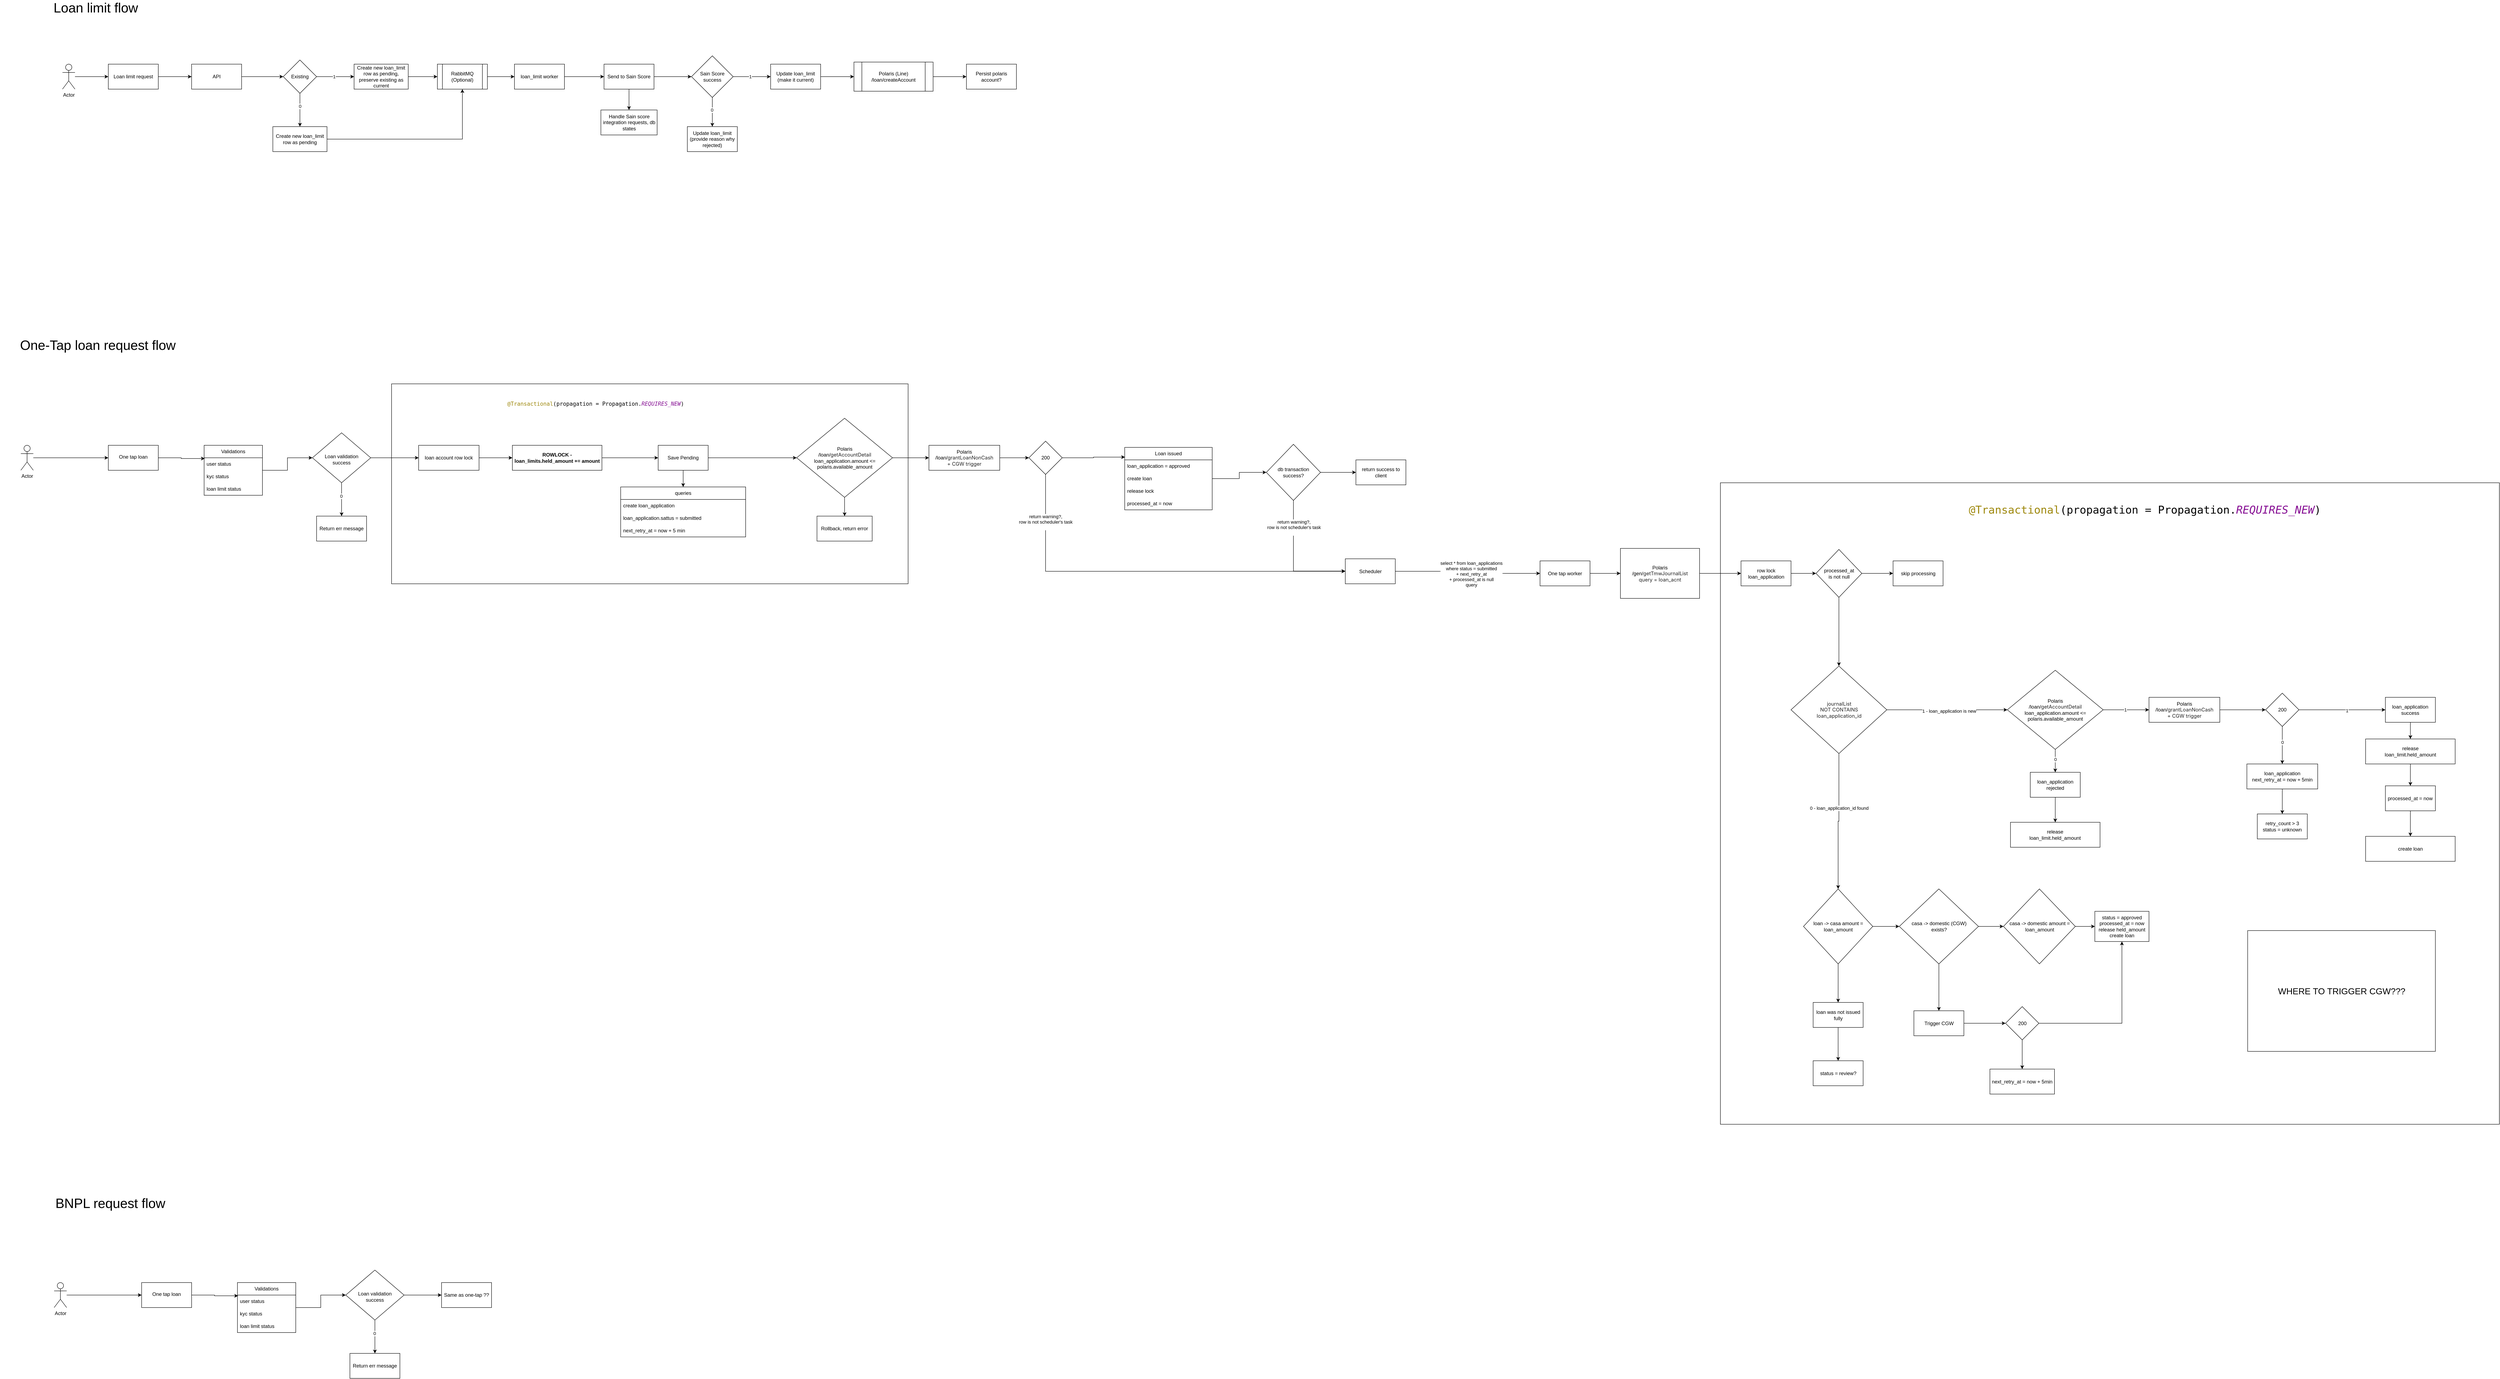
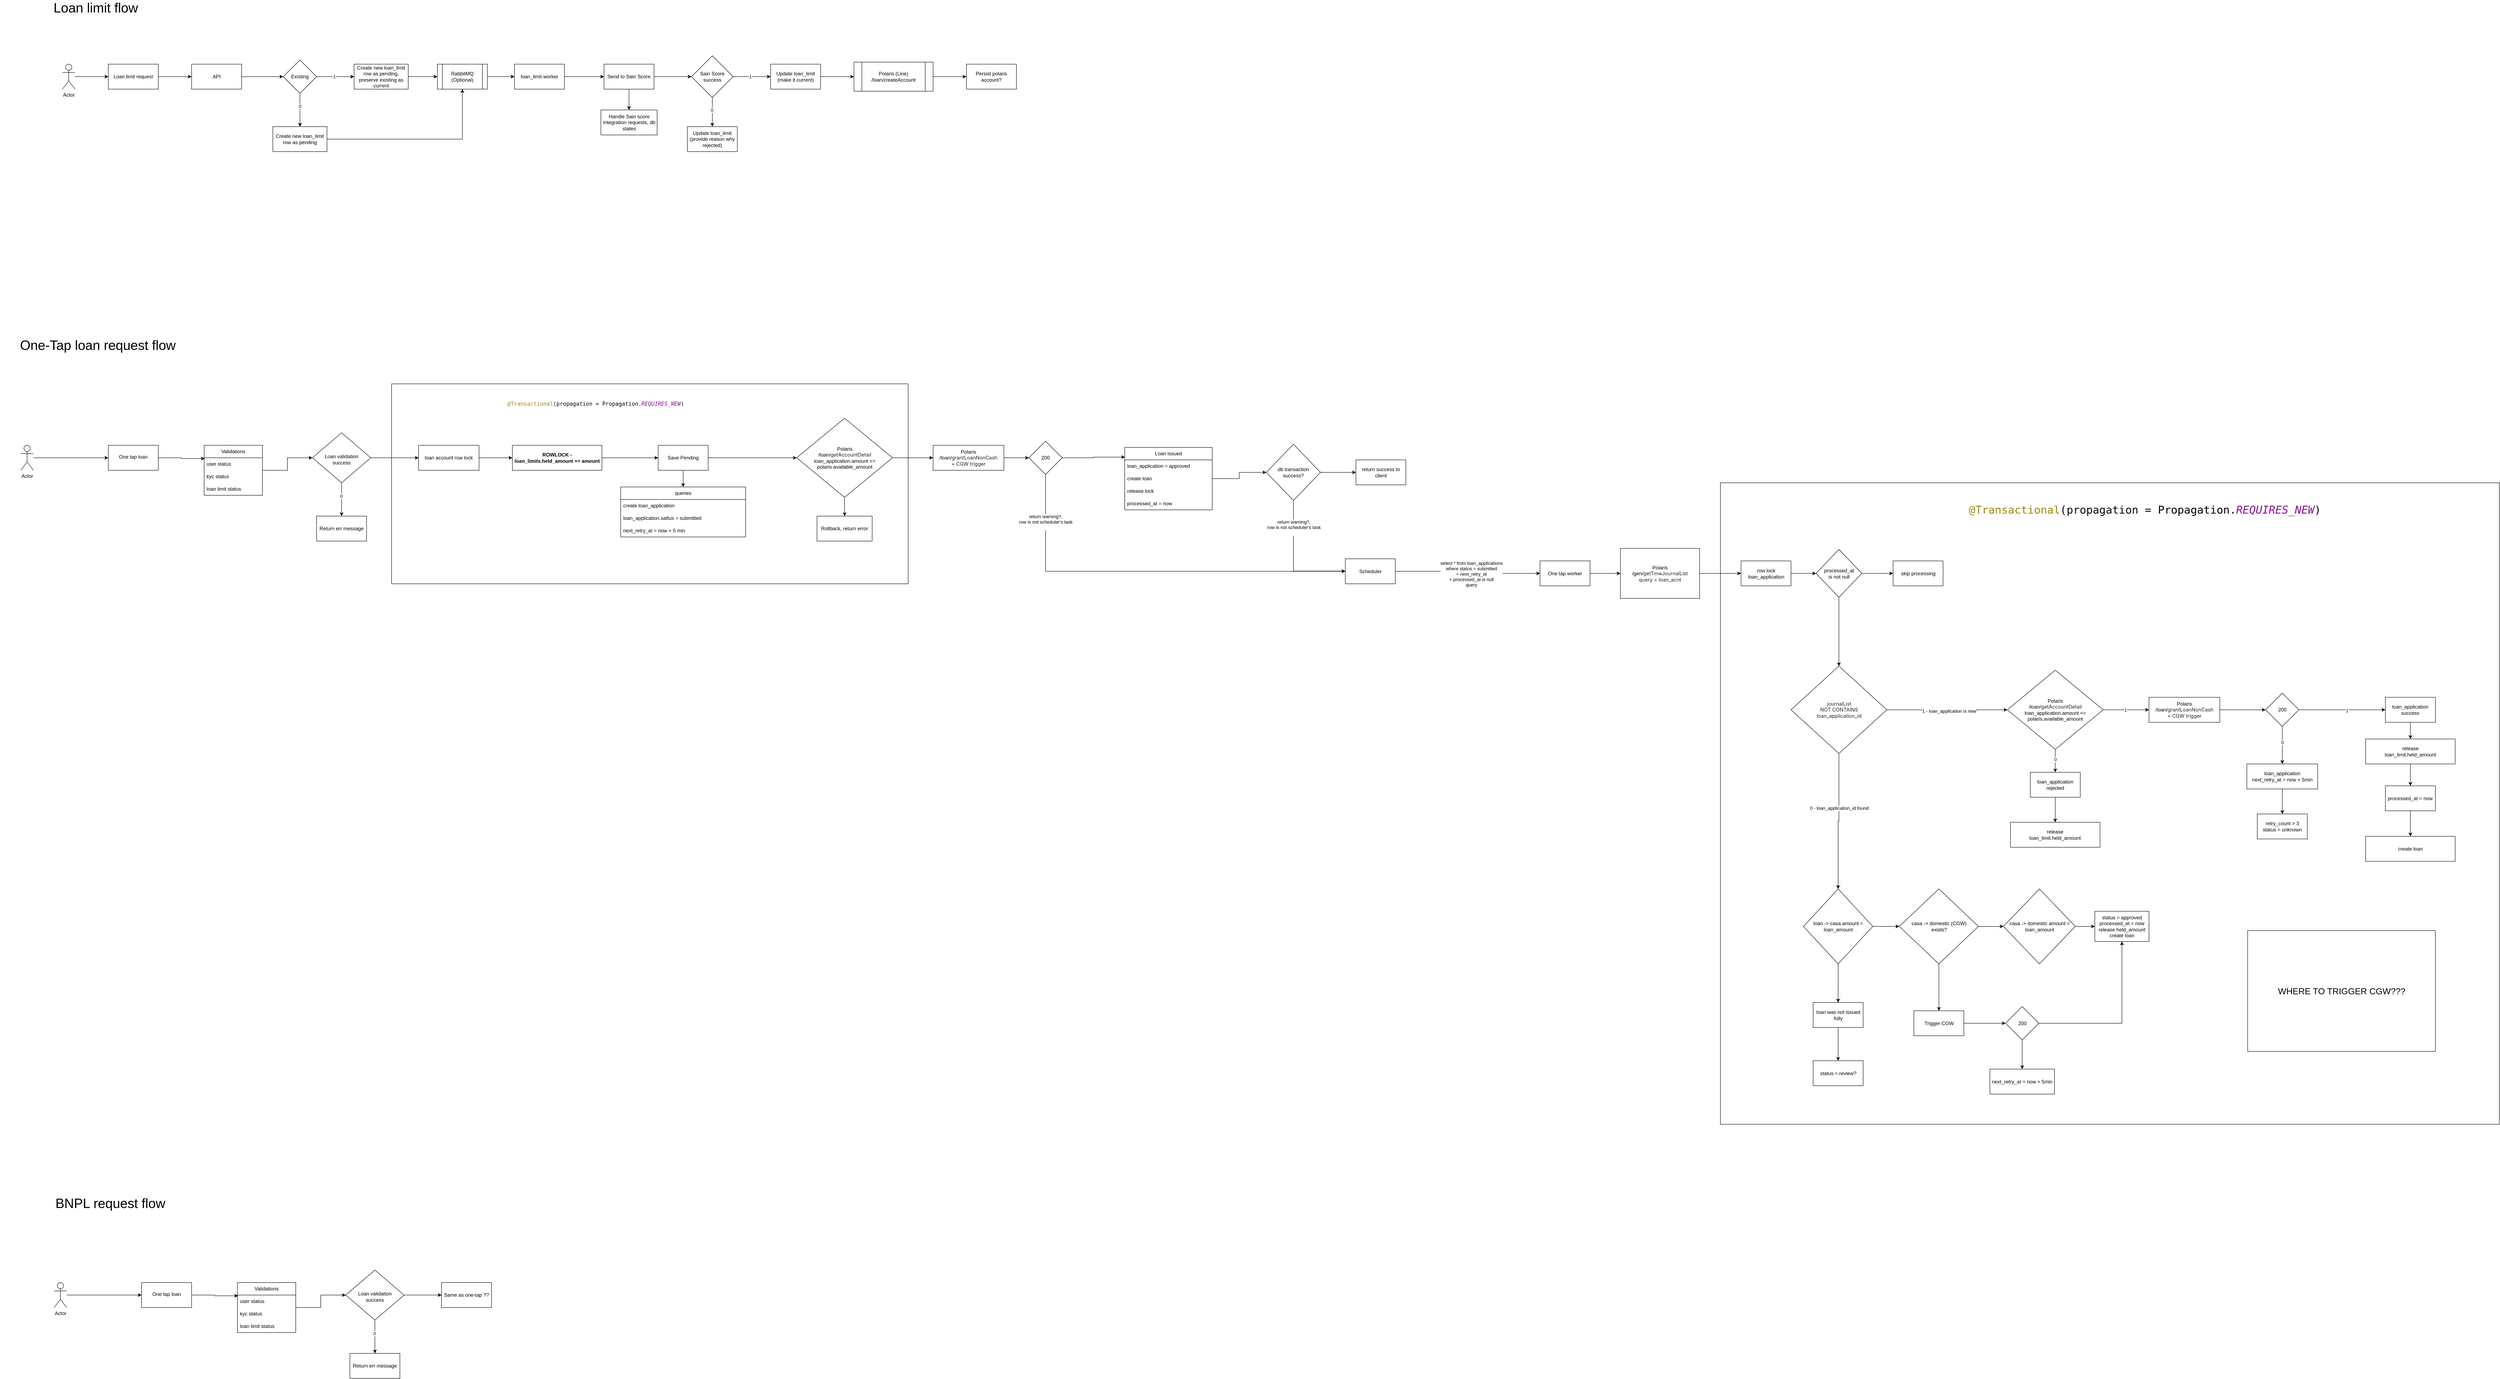
<mxfile host="app.diagrams.net">
  <diagram name="Page-1" id="VCBSuIh8bz7kurrQ0Zaz">
    <mxGraphModel dx="2425" dy="921" grid="1" gridSize="10" guides="1" tooltips="1" connect="1" arrows="1" fold="1" page="1" pageScale="1" pageWidth="850" pageHeight="1100" math="0" shadow="0">
      <root>
        <mxCell id="0" />
        <mxCell id="1" parent="0" />
        <mxCell id="In8fDh9ZLN2M87an2Miy-188" parent="1" style="rounded=0;whiteSpace=wrap;html=1;" value="" vertex="1">
          <mxGeometry height="1540" width="1870" x="4020" y="1215" as="geometry" />
        </mxCell>
        <mxCell id="In8fDh9ZLN2M87an2Miy-172" parent="1" style="rounded=0;whiteSpace=wrap;html=1;" value="" vertex="1">
          <mxGeometry height="480" width="1240" x="830" y="977.5" as="geometry" />
        </mxCell>
        <mxCell id="KqixbsF9o6dLofBvsG9t-5" edge="1" parent="1" source="KqixbsF9o6dLofBvsG9t-1" style="edgeStyle=orthogonalEdgeStyle;rounded=0;orthogonalLoop=1;jettySize=auto;html=1;" target="KqixbsF9o6dLofBvsG9t-4" value="">
          <mxGeometry relative="1" as="geometry" />
        </mxCell>
        <mxCell id="KqixbsF9o6dLofBvsG9t-1" parent="1" style="rounded=0;whiteSpace=wrap;html=1;" value="Loan limit request" vertex="1">
          <mxGeometry height="60" width="120" x="150" y="210" as="geometry" />
        </mxCell>
        <mxCell id="KqixbsF9o6dLofBvsG9t-3" edge="1" parent="1" source="KqixbsF9o6dLofBvsG9t-2" style="edgeStyle=orthogonalEdgeStyle;rounded=0;orthogonalLoop=1;jettySize=auto;html=1;" target="KqixbsF9o6dLofBvsG9t-1" value="">
          <mxGeometry relative="1" as="geometry" />
        </mxCell>
        <mxCell id="KqixbsF9o6dLofBvsG9t-2" parent="1" style="shape=umlActor;verticalLabelPosition=bottom;verticalAlign=top;html=1;outlineConnect=0;" value="Actor" vertex="1">
          <mxGeometry height="60" width="30" x="40" y="210" as="geometry" />
        </mxCell>
        <mxCell id="KqixbsF9o6dLofBvsG9t-9" edge="1" parent="1" source="KqixbsF9o6dLofBvsG9t-4" style="edgeStyle=orthogonalEdgeStyle;rounded=0;orthogonalLoop=1;jettySize=auto;html=1;" target="KqixbsF9o6dLofBvsG9t-8" value="">
          <mxGeometry relative="1" as="geometry" />
        </mxCell>
        <mxCell id="KqixbsF9o6dLofBvsG9t-4" parent="1" style="rounded=0;whiteSpace=wrap;html=1;" value="API" vertex="1">
          <mxGeometry height="60" width="120" x="350" y="210" as="geometry" />
        </mxCell>
        <mxCell id="KqixbsF9o6dLofBvsG9t-11" edge="1" parent="1" source="KqixbsF9o6dLofBvsG9t-8" style="edgeStyle=orthogonalEdgeStyle;rounded=0;orthogonalLoop=1;jettySize=auto;html=1;" target="KqixbsF9o6dLofBvsG9t-10" value="">
          <mxGeometry relative="1" as="geometry" />
        </mxCell>
        <mxCell id="KqixbsF9o6dLofBvsG9t-12" connectable="0" parent="KqixbsF9o6dLofBvsG9t-11" style="edgeLabel;html=1;align=center;verticalAlign=middle;resizable=0;points=[];" value="1" vertex="1">
          <mxGeometry relative="1" x="-0.079" as="geometry">
            <mxPoint as="offset" />
          </mxGeometry>
        </mxCell>
        <mxCell id="KqixbsF9o6dLofBvsG9t-14" edge="1" parent="1" source="KqixbsF9o6dLofBvsG9t-8" style="edgeStyle=orthogonalEdgeStyle;rounded=0;orthogonalLoop=1;jettySize=auto;html=1;" target="KqixbsF9o6dLofBvsG9t-13" value="">
          <mxGeometry relative="1" as="geometry" />
        </mxCell>
        <mxCell id="KqixbsF9o6dLofBvsG9t-15" connectable="0" parent="KqixbsF9o6dLofBvsG9t-14" style="edgeLabel;html=1;align=center;verticalAlign=middle;resizable=0;points=[];" value="0" vertex="1">
          <mxGeometry relative="1" x="-0.2407" as="geometry">
            <mxPoint as="offset" />
          </mxGeometry>
        </mxCell>
        <mxCell id="KqixbsF9o6dLofBvsG9t-8" parent="1" style="rhombus;whiteSpace=wrap;html=1;rounded=0;" value="Existing" vertex="1">
          <mxGeometry height="80" width="80" x="570" y="200" as="geometry" />
        </mxCell>
        <mxCell id="KqixbsF9o6dLofBvsG9t-23" edge="1" parent="1" source="KqixbsF9o6dLofBvsG9t-10" style="edgeStyle=orthogonalEdgeStyle;rounded=0;orthogonalLoop=1;jettySize=auto;html=1;" target="KqixbsF9o6dLofBvsG9t-22" value="">
          <mxGeometry relative="1" as="geometry" />
        </mxCell>
        <mxCell id="KqixbsF9o6dLofBvsG9t-10" parent="1" style="whiteSpace=wrap;html=1;rounded=0;" value="Create new loan_limit row as pending, preserve existing as current" vertex="1">
          <mxGeometry height="60" width="130" x="740" y="210" as="geometry" />
        </mxCell>
        <mxCell id="KqixbsF9o6dLofBvsG9t-26" edge="1" parent="1" source="KqixbsF9o6dLofBvsG9t-13" style="edgeStyle=orthogonalEdgeStyle;rounded=0;orthogonalLoop=1;jettySize=auto;html=1;entryX=0.5;entryY=1;entryDx=0;entryDy=0;" target="KqixbsF9o6dLofBvsG9t-22">
          <mxGeometry relative="1" as="geometry" />
        </mxCell>
        <mxCell id="KqixbsF9o6dLofBvsG9t-13" parent="1" style="whiteSpace=wrap;html=1;rounded=0;" value="Create new loan_limit row as pending" vertex="1">
          <mxGeometry height="60" width="130" x="545" y="360" as="geometry" />
        </mxCell>
        <mxCell id="KqixbsF9o6dLofBvsG9t-25" edge="1" parent="1" source="KqixbsF9o6dLofBvsG9t-22" style="edgeStyle=orthogonalEdgeStyle;rounded=0;orthogonalLoop=1;jettySize=auto;html=1;" target="KqixbsF9o6dLofBvsG9t-24" value="">
          <mxGeometry relative="1" as="geometry" />
        </mxCell>
        <mxCell id="KqixbsF9o6dLofBvsG9t-22" parent="1" style="shape=process;whiteSpace=wrap;html=1;backgroundOutline=1;rounded=0;" value="RabbitMQ (Optional)" vertex="1">
          <mxGeometry height="60" width="120" x="940" y="210" as="geometry" />
        </mxCell>
        <mxCell id="KqixbsF9o6dLofBvsG9t-28" edge="1" parent="1" source="KqixbsF9o6dLofBvsG9t-24" style="edgeStyle=orthogonalEdgeStyle;rounded=0;orthogonalLoop=1;jettySize=auto;html=1;" target="KqixbsF9o6dLofBvsG9t-27" value="">
          <mxGeometry relative="1" as="geometry" />
        </mxCell>
        <mxCell id="KqixbsF9o6dLofBvsG9t-24" parent="1" style="whiteSpace=wrap;html=1;rounded=0;" value="loan_limit worker" vertex="1">
          <mxGeometry height="60" width="120" x="1125" y="210" as="geometry" />
        </mxCell>
        <mxCell id="KqixbsF9o6dLofBvsG9t-30" edge="1" parent="1" source="KqixbsF9o6dLofBvsG9t-27" style="edgeStyle=orthogonalEdgeStyle;rounded=0;orthogonalLoop=1;jettySize=auto;html=1;" target="KqixbsF9o6dLofBvsG9t-29" value="">
          <mxGeometry relative="1" as="geometry" />
        </mxCell>
        <mxCell id="KqixbsF9o6dLofBvsG9t-38" edge="1" parent="1" source="KqixbsF9o6dLofBvsG9t-27" style="edgeStyle=orthogonalEdgeStyle;rounded=0;orthogonalLoop=1;jettySize=auto;html=1;" target="KqixbsF9o6dLofBvsG9t-37" value="">
          <mxGeometry relative="1" as="geometry" />
        </mxCell>
        <mxCell id="KqixbsF9o6dLofBvsG9t-27" parent="1" style="whiteSpace=wrap;html=1;rounded=0;" value="Send to Sain Score" vertex="1">
          <mxGeometry height="60" width="120" x="1340" y="210" as="geometry" />
        </mxCell>
        <mxCell id="KqixbsF9o6dLofBvsG9t-32" edge="1" parent="1" source="KqixbsF9o6dLofBvsG9t-29" style="edgeStyle=orthogonalEdgeStyle;rounded=0;orthogonalLoop=1;jettySize=auto;html=1;" target="KqixbsF9o6dLofBvsG9t-31" value="">
          <mxGeometry relative="1" as="geometry" />
        </mxCell>
        <mxCell id="KqixbsF9o6dLofBvsG9t-33" connectable="0" parent="KqixbsF9o6dLofBvsG9t-32" style="edgeLabel;html=1;align=center;verticalAlign=middle;resizable=0;points=[];" value="1" vertex="1">
          <mxGeometry relative="1" x="-0.1048" as="geometry">
            <mxPoint as="offset" />
          </mxGeometry>
        </mxCell>
        <mxCell id="KqixbsF9o6dLofBvsG9t-35" edge="1" parent="1" source="KqixbsF9o6dLofBvsG9t-29" style="edgeStyle=orthogonalEdgeStyle;rounded=0;orthogonalLoop=1;jettySize=auto;html=1;" target="KqixbsF9o6dLofBvsG9t-34" value="">
          <mxGeometry relative="1" as="geometry" />
        </mxCell>
        <mxCell id="KqixbsF9o6dLofBvsG9t-36" connectable="0" parent="KqixbsF9o6dLofBvsG9t-35" style="edgeLabel;html=1;align=center;verticalAlign=middle;resizable=0;points=[];" value="0" vertex="1">
          <mxGeometry relative="1" x="-0.1429" y="-1" as="geometry">
            <mxPoint as="offset" />
          </mxGeometry>
        </mxCell>
        <mxCell id="KqixbsF9o6dLofBvsG9t-29" parent="1" style="rhombus;whiteSpace=wrap;html=1;rounded=0;" value="Sain Score success" vertex="1">
          <mxGeometry height="100" width="100" x="1550" y="190" as="geometry" />
        </mxCell>
        <mxCell id="KqixbsF9o6dLofBvsG9t-66" edge="1" parent="1" source="KqixbsF9o6dLofBvsG9t-31" style="edgeStyle=orthogonalEdgeStyle;rounded=0;orthogonalLoop=1;jettySize=auto;html=1;" target="KqixbsF9o6dLofBvsG9t-65" value="">
          <mxGeometry relative="1" as="geometry" />
        </mxCell>
        <mxCell id="KqixbsF9o6dLofBvsG9t-31" parent="1" style="whiteSpace=wrap;html=1;rounded=0;" value="Update loan_limit (make it current)" vertex="1">
          <mxGeometry height="60" width="120" x="1740" y="210" as="geometry" />
        </mxCell>
        <mxCell id="KqixbsF9o6dLofBvsG9t-34" parent="1" style="whiteSpace=wrap;html=1;rounded=0;" value="Update loan_limit&lt;br&gt;(provide reason why rejected)" vertex="1">
          <mxGeometry height="60" width="120" x="1540" y="360" as="geometry" />
        </mxCell>
        <mxCell id="KqixbsF9o6dLofBvsG9t-37" parent="1" style="whiteSpace=wrap;html=1;rounded=0;" value="Handle Sain score integration requests, db states" vertex="1">
          <mxGeometry height="60" width="135" x="1332.5" y="320" as="geometry" />
        </mxCell>
        <mxCell id="KqixbsF9o6dLofBvsG9t-40" parent="1" style="text;html=1;whiteSpace=wrap;strokeColor=none;fillColor=none;align=center;verticalAlign=middle;rounded=0;fontSize=32;" value="Loan limit flow" vertex="1">
          <mxGeometry height="30" width="260" x="-10" y="60" as="geometry" />
        </mxCell>
        <mxCell id="KqixbsF9o6dLofBvsG9t-74" edge="1" parent="1" source="KqixbsF9o6dLofBvsG9t-65" style="edgeStyle=orthogonalEdgeStyle;rounded=0;orthogonalLoop=1;jettySize=auto;html=1;" target="KqixbsF9o6dLofBvsG9t-73" value="">
          <mxGeometry relative="1" as="geometry" />
        </mxCell>
        <mxCell id="KqixbsF9o6dLofBvsG9t-65" parent="1" style="shape=process;whiteSpace=wrap;html=1;backgroundOutline=1;rounded=0;" value="Polaris (Line)&lt;br&gt;/loan/createAccount" vertex="1">
          <mxGeometry height="70" width="190" x="1940" y="205" as="geometry" />
        </mxCell>
        <mxCell id="KqixbsF9o6dLofBvsG9t-73" parent="1" style="whiteSpace=wrap;html=1;rounded=0;" value="Persist polaris account?" vertex="1">
          <mxGeometry height="60" width="120" x="2210" y="210" as="geometry" />
        </mxCell>
        <mxCell id="U8Ajh8Gpa-m2DNKNFQys-1" parent="1" style="text;html=1;whiteSpace=wrap;strokeColor=none;fillColor=none;align=center;verticalAlign=middle;rounded=0;fontSize=32;" value="One-Tap loan request flow" vertex="1">
          <mxGeometry height="30" width="470" x="-110" y="870" as="geometry" />
        </mxCell>
        <mxCell id="In8fDh9ZLN2M87an2Miy-1" edge="1" parent="1" source="In8fDh9ZLN2M87an2Miy-2" style="edgeStyle=orthogonalEdgeStyle;rounded=0;orthogonalLoop=1;jettySize=auto;html=1;" target="In8fDh9ZLN2M87an2Miy-4" value="">
          <mxGeometry relative="1" as="geometry" />
        </mxCell>
        <mxCell id="In8fDh9ZLN2M87an2Miy-2" parent="1" style="shape=umlActor;verticalLabelPosition=bottom;verticalAlign=top;html=1;outlineConnect=0;" value="Actor" vertex="1">
          <mxGeometry height="60" width="30" x="-60" y="1125" as="geometry" />
        </mxCell>
        <mxCell id="In8fDh9ZLN2M87an2Miy-3" edge="1" parent="1" source="In8fDh9ZLN2M87an2Miy-4" style="edgeStyle=orthogonalEdgeStyle;rounded=0;orthogonalLoop=1;jettySize=auto;html=1;entryX=0.011;entryY=0.06;entryDx=0;entryDy=0;entryPerimeter=0;" target="In8fDh9ZLN2M87an2Miy-28" value="">
          <mxGeometry relative="1" as="geometry">
            <mxPoint x="360" y="1155" as="targetPoint" />
          </mxGeometry>
        </mxCell>
        <mxCell id="In8fDh9ZLN2M87an2Miy-4" parent="1" style="whiteSpace=wrap;html=1;verticalAlign=top;" value="&lt;div&gt;&lt;br&gt;&lt;/div&gt;&lt;div&gt;One tap loan&lt;/div&gt;" vertex="1">
          <mxGeometry height="60" width="120" x="150" y="1125" as="geometry" />
        </mxCell>
        <mxCell id="In8fDh9ZLN2M87an2Miy-7" edge="1" parent="1" source="In8fDh9ZLN2M87an2Miy-9" style="edgeStyle=orthogonalEdgeStyle;rounded=0;orthogonalLoop=1;jettySize=auto;html=1;" target="In8fDh9ZLN2M87an2Miy-13" value="">
          <mxGeometry relative="1" as="geometry" />
        </mxCell>
        <mxCell id="In8fDh9ZLN2M87an2Miy-8" connectable="0" parent="In8fDh9ZLN2M87an2Miy-7" style="edgeLabel;html=1;align=center;verticalAlign=middle;resizable=0;points=[];" value="0" vertex="1">
          <mxGeometry relative="1" x="-0.2091" y="-1" as="geometry">
            <mxPoint as="offset" />
          </mxGeometry>
        </mxCell>
        <mxCell id="In8fDh9ZLN2M87an2Miy-163" edge="1" parent="1" source="In8fDh9ZLN2M87an2Miy-9" style="edgeStyle=orthogonalEdgeStyle;rounded=0;orthogonalLoop=1;jettySize=auto;html=1;entryX=0;entryY=0.5;entryDx=0;entryDy=0;" target="In8fDh9ZLN2M87an2Miy-161">
          <mxGeometry relative="1" as="geometry" />
        </mxCell>
        <mxCell id="In8fDh9ZLN2M87an2Miy-9" parent="1" style="rhombus;whiteSpace=wrap;html=1;verticalAlign=top;" value="&lt;br&gt;&lt;br&gt;&lt;div&gt;&lt;br&gt;&lt;/div&gt;&lt;div&gt;Loan validation&lt;br&gt;success&lt;/div&gt;" vertex="1">
          <mxGeometry height="120" width="140" x="640" y="1095" as="geometry" />
        </mxCell>
        <mxCell id="In8fDh9ZLN2M87an2Miy-10" edge="1" parent="1" source="In8fDh9ZLN2M87an2Miy-12" style="edgeStyle=orthogonalEdgeStyle;rounded=0;orthogonalLoop=1;jettySize=auto;html=1;entryX=0.5;entryY=0;entryDx=0;entryDy=0;" target="In8fDh9ZLN2M87an2Miy-14">
          <mxGeometry relative="1" as="geometry" />
        </mxCell>
        <mxCell id="In8fDh9ZLN2M87an2Miy-54" edge="1" parent="1" source="In8fDh9ZLN2M87an2Miy-105" style="edgeStyle=orthogonalEdgeStyle;rounded=0;orthogonalLoop=1;jettySize=auto;html=1;exitX=1;exitY=0.5;exitDx=0;exitDy=0;" target="In8fDh9ZLN2M87an2Miy-53" value="">
          <mxGeometry relative="1" as="geometry">
            <mxPoint x="3329.5" y="1432.5" as="sourcePoint" />
          </mxGeometry>
        </mxCell>
        <mxCell id="In8fDh9ZLN2M87an2Miy-55" connectable="0" parent="In8fDh9ZLN2M87an2Miy-54" style="edgeLabel;html=1;align=center;verticalAlign=middle;resizable=0;points=[];" value="select * from loan_applications&lt;br&gt;where status = submitted&lt;br&gt;+ next_retry_at&lt;br&gt;+ processed_at is null&lt;br&gt;query" vertex="1">
          <mxGeometry relative="1" x="0.0637" y="-1" as="geometry">
            <mxPoint as="offset" />
          </mxGeometry>
        </mxCell>
        <mxCell id="In8fDh9ZLN2M87an2Miy-173" edge="1" parent="1" source="In8fDh9ZLN2M87an2Miy-12" style="edgeStyle=orthogonalEdgeStyle;rounded=0;orthogonalLoop=1;jettySize=auto;html=1;entryX=0;entryY=0.5;entryDx=0;entryDy=0;" target="In8fDh9ZLN2M87an2Miy-152">
          <mxGeometry relative="1" as="geometry" />
        </mxCell>
        <mxCell id="In8fDh9ZLN2M87an2Miy-12" parent="1" style="whiteSpace=wrap;html=1;verticalAlign=middle;" value="Save Pending" vertex="1">
          <mxGeometry height="60" width="120" x="1470" y="1125" as="geometry" />
        </mxCell>
        <mxCell id="In8fDh9ZLN2M87an2Miy-13" parent="1" style="whiteSpace=wrap;html=1;verticalAlign=middle;" value="Return err message" vertex="1">
          <mxGeometry height="60" width="120" x="650" y="1295" as="geometry" />
        </mxCell>
        <mxCell id="In8fDh9ZLN2M87an2Miy-14" parent="1" style="swimlane;fontStyle=0;childLayout=stackLayout;horizontal=1;startSize=30;horizontalStack=0;resizeParent=1;resizeParentMax=0;resizeLast=0;collapsible=1;marginBottom=0;whiteSpace=wrap;html=1;" value="queries" vertex="1">
          <mxGeometry height="120" width="300" x="1380" y="1225" as="geometry" />
        </mxCell>
        <mxCell id="In8fDh9ZLN2M87an2Miy-15" parent="In8fDh9ZLN2M87an2Miy-14" style="text;strokeColor=none;fillColor=none;align=left;verticalAlign=middle;spacingLeft=4;spacingRight=4;overflow=hidden;points=[[0,0.5],[1,0.5]];portConstraint=eastwest;rotatable=0;whiteSpace=wrap;html=1;" value="create loan_application" vertex="1">
          <mxGeometry height="30" width="300" y="30" as="geometry" />
        </mxCell>
        <mxCell id="In8fDh9ZLN2M87an2Miy-104" parent="In8fDh9ZLN2M87an2Miy-14" style="text;strokeColor=none;fillColor=none;align=left;verticalAlign=middle;spacingLeft=4;spacingRight=4;overflow=hidden;points=[[0,0.5],[1,0.5]];portConstraint=eastwest;rotatable=0;whiteSpace=wrap;html=1;" value="loan_application.sattus = submitted" vertex="1">
          <mxGeometry height="30" width="300" y="60" as="geometry" />
        </mxCell>
        <mxCell id="In8fDh9ZLN2M87an2Miy-17" parent="In8fDh9ZLN2M87an2Miy-14" style="text;strokeColor=none;fillColor=none;align=left;verticalAlign=middle;spacingLeft=4;spacingRight=4;overflow=hidden;points=[[0,0.5],[1,0.5]];portConstraint=eastwest;rotatable=0;whiteSpace=wrap;html=1;" value="next_retry_at = now + 5 min" vertex="1">
          <mxGeometry height="30" width="300" y="90" as="geometry" />
        </mxCell>
        <mxCell id="In8fDh9ZLN2M87an2Miy-32" edge="1" parent="1" source="In8fDh9ZLN2M87an2Miy-27" style="edgeStyle=orthogonalEdgeStyle;rounded=0;orthogonalLoop=1;jettySize=auto;html=1;entryX=0;entryY=0.5;entryDx=0;entryDy=0;" target="In8fDh9ZLN2M87an2Miy-9">
          <mxGeometry relative="1" as="geometry" />
        </mxCell>
        <mxCell id="In8fDh9ZLN2M87an2Miy-27" parent="1" style="swimlane;fontStyle=0;childLayout=stackLayout;horizontal=1;startSize=30;horizontalStack=0;resizeParent=1;resizeParentMax=0;resizeLast=0;collapsible=1;marginBottom=0;whiteSpace=wrap;html=1;" value="Validations" vertex="1">
          <mxGeometry height="120" width="140" x="380" y="1125" as="geometry" />
        </mxCell>
        <mxCell id="In8fDh9ZLN2M87an2Miy-28" parent="In8fDh9ZLN2M87an2Miy-27" style="text;strokeColor=none;fillColor=none;align=left;verticalAlign=middle;spacingLeft=4;spacingRight=4;overflow=hidden;points=[[0,0.5],[1,0.5]];portConstraint=eastwest;rotatable=0;whiteSpace=wrap;html=1;" value="user status" vertex="1">
          <mxGeometry height="30" width="140" y="30" as="geometry" />
        </mxCell>
        <mxCell id="In8fDh9ZLN2M87an2Miy-29" parent="In8fDh9ZLN2M87an2Miy-27" style="text;strokeColor=none;fillColor=none;align=left;verticalAlign=middle;spacingLeft=4;spacingRight=4;overflow=hidden;points=[[0,0.5],[1,0.5]];portConstraint=eastwest;rotatable=0;whiteSpace=wrap;html=1;" value="kyc status" vertex="1">
          <mxGeometry height="30" width="140" y="60" as="geometry" />
        </mxCell>
        <mxCell id="In8fDh9ZLN2M87an2Miy-33" parent="In8fDh9ZLN2M87an2Miy-27" style="text;strokeColor=none;fillColor=none;align=left;verticalAlign=middle;spacingLeft=4;spacingRight=4;overflow=hidden;points=[[0,0.5],[1,0.5]];portConstraint=eastwest;rotatable=0;whiteSpace=wrap;html=1;" value="loan limit status" vertex="1">
          <mxGeometry height="30" width="140" y="90" as="geometry" />
        </mxCell>
        <mxCell id="In8fDh9ZLN2M87an2Miy-116" edge="1" parent="1" source="In8fDh9ZLN2M87an2Miy-53" style="edgeStyle=orthogonalEdgeStyle;rounded=0;orthogonalLoop=1;jettySize=auto;html=1;entryX=0;entryY=0.5;entryDx=0;entryDy=0;" target="In8fDh9ZLN2M87an2Miy-68">
          <mxGeometry relative="1" as="geometry" />
        </mxCell>
        <mxCell id="In8fDh9ZLN2M87an2Miy-53" parent="1" style="whiteSpace=wrap;html=1;" value="One tap worker" vertex="1">
          <mxGeometry height="60" width="120" x="3587" y="1402.5" as="geometry" />
        </mxCell>
        <mxCell id="In8fDh9ZLN2M87an2Miy-67" edge="1" parent="1" source="In8fDh9ZLN2M87an2Miy-58" style="edgeStyle=orthogonalEdgeStyle;rounded=0;orthogonalLoop=1;jettySize=auto;html=1;entryX=0;entryY=0.5;entryDx=0;entryDy=0;" target="In8fDh9ZLN2M87an2Miy-66" value="">
          <mxGeometry relative="1" as="geometry">
            <mxPoint x="5343.87" y="1760" as="targetPoint" />
          </mxGeometry>
        </mxCell>
        <mxCell id="In8fDh9ZLN2M87an2Miy-58" parent="1" style="whiteSpace=wrap;html=1;" value="Polaris /loan/&lt;span style=&quot;color: rgb(33, 33, 33); font-family: Inter, system-ui, -apple-system, &amp;quot;system-ui&amp;quot;, &amp;quot;Segoe UI&amp;quot;, Roboto, Oxygen, Ubuntu, Cantarell, &amp;quot;Fira Sans&amp;quot;, &amp;quot;Droid Sans&amp;quot;, Helvetica, Arial, sans-serif; text-align: left; white-space: pre-wrap; background-color: rgb(255, 255, 255);&quot;&gt;grantLoanNonCash&lt;br/&gt;+ CGW trigger&lt;/span&gt;" vertex="1">
          <mxGeometry height="60" width="170" x="5048.87" y="1730" as="geometry" />
        </mxCell>
        <mxCell id="In8fDh9ZLN2M87an2Miy-62" edge="1" parent="1" source="In8fDh9ZLN2M87an2Miy-59" style="edgeStyle=orthogonalEdgeStyle;rounded=0;orthogonalLoop=1;jettySize=auto;html=1;" target="In8fDh9ZLN2M87an2Miy-61" value="">
          <mxGeometry relative="1" as="geometry" />
        </mxCell>
        <mxCell id="In8fDh9ZLN2M87an2Miy-91" connectable="0" parent="In8fDh9ZLN2M87an2Miy-62" style="edgeLabel;html=1;align=center;verticalAlign=middle;resizable=0;points=[];" value="0" vertex="1">
          <mxGeometry relative="1" x="-0.1431" as="geometry">
            <mxPoint as="offset" />
          </mxGeometry>
        </mxCell>
        <mxCell id="In8fDh9ZLN2M87an2Miy-65" edge="1" parent="1" source="In8fDh9ZLN2M87an2Miy-59" style="edgeStyle=orthogonalEdgeStyle;rounded=0;orthogonalLoop=1;jettySize=auto;html=1;" target="In8fDh9ZLN2M87an2Miy-58">
          <mxGeometry relative="1" as="geometry" />
        </mxCell>
        <mxCell id="In8fDh9ZLN2M87an2Miy-90" connectable="0" parent="In8fDh9ZLN2M87an2Miy-65" style="edgeLabel;html=1;align=center;verticalAlign=middle;resizable=0;points=[];" value="1" vertex="1">
          <mxGeometry relative="1" x="-0.0451" as="geometry">
            <mxPoint as="offset" />
          </mxGeometry>
        </mxCell>
        <mxCell id="In8fDh9ZLN2M87an2Miy-59" parent="1" style="rhombus;whiteSpace=wrap;html=1;" value="Polaris&lt;br&gt;/loan/&lt;span style=&quot;color: rgb(33, 33, 33); font-family: Inter, system-ui, -apple-system, &amp;quot;system-ui&amp;quot;, &amp;quot;Segoe UI&amp;quot;, Roboto, Oxygen, Ubuntu, Cantarell, &amp;quot;Fira Sans&amp;quot;, &amp;quot;Droid Sans&amp;quot;, Helvetica, Arial, sans-serif; text-align: left; white-space: pre-wrap; background-color: rgb(255, 255, 255);&quot;&gt;getAccountDetail&lt;/span&gt;&lt;br&gt;loan_application.amount &amp;lt;= polaris.available_amount" vertex="1">
          <mxGeometry height="190" width="230" x="4708.87" y="1665" as="geometry" />
        </mxCell>
        <mxCell id="In8fDh9ZLN2M87an2Miy-64" edge="1" parent="1" source="In8fDh9ZLN2M87an2Miy-61" style="edgeStyle=orthogonalEdgeStyle;rounded=0;orthogonalLoop=1;jettySize=auto;html=1;" target="In8fDh9ZLN2M87an2Miy-63" value="">
          <mxGeometry relative="1" as="geometry" />
        </mxCell>
        <mxCell id="In8fDh9ZLN2M87an2Miy-61" parent="1" style="whiteSpace=wrap;html=1;" value="loan_application&lt;br&gt;rejected" vertex="1">
          <mxGeometry height="60" width="120" x="4763.87" y="1910" as="geometry" />
        </mxCell>
        <mxCell id="In8fDh9ZLN2M87an2Miy-63" parent="1" style="whiteSpace=wrap;html=1;" value="release &lt;br&gt;loan_limit.held_amount" vertex="1">
          <mxGeometry height="60" width="215" x="4716.37" y="2030" as="geometry" />
        </mxCell>
        <mxCell id="In8fDh9ZLN2M87an2Miy-81" edge="1" parent="1" source="In8fDh9ZLN2M87an2Miy-66" style="edgeStyle=orthogonalEdgeStyle;rounded=0;orthogonalLoop=1;jettySize=auto;html=1;entryX=0;entryY=0.5;entryDx=0;entryDy=0;" target="In8fDh9ZLN2M87an2Miy-79">
          <mxGeometry relative="1" as="geometry" />
        </mxCell>
        <mxCell id="In8fDh9ZLN2M87an2Miy-92" connectable="0" parent="In8fDh9ZLN2M87an2Miy-81" style="edgeLabel;html=1;align=center;verticalAlign=middle;resizable=0;points=[];" value="1" vertex="1">
          <mxGeometry relative="1" x="0.1055" y="-2" as="geometry">
            <mxPoint as="offset" />
          </mxGeometry>
        </mxCell>
        <mxCell id="In8fDh9ZLN2M87an2Miy-83" edge="1" parent="1" source="In8fDh9ZLN2M87an2Miy-66" style="edgeStyle=orthogonalEdgeStyle;rounded=0;orthogonalLoop=1;jettySize=auto;html=1;" target="In8fDh9ZLN2M87an2Miy-82" value="">
          <mxGeometry relative="1" as="geometry" />
        </mxCell>
        <mxCell id="In8fDh9ZLN2M87an2Miy-93" connectable="0" parent="In8fDh9ZLN2M87an2Miy-83" style="edgeLabel;html=1;align=center;verticalAlign=middle;resizable=0;points=[];" value="0" vertex="1">
          <mxGeometry relative="1" x="-0.1623" as="geometry">
            <mxPoint as="offset" />
          </mxGeometry>
        </mxCell>
        <mxCell id="In8fDh9ZLN2M87an2Miy-66" parent="1" style="rhombus;whiteSpace=wrap;html=1;" value="200" vertex="1">
          <mxGeometry height="80" width="80" x="5328.87" y="1720" as="geometry" />
        </mxCell>
        <mxCell id="In8fDh9ZLN2M87an2Miy-119" edge="1" parent="1" source="In8fDh9ZLN2M87an2Miy-68" style="edgeStyle=orthogonalEdgeStyle;rounded=0;orthogonalLoop=1;jettySize=auto;html=1;" target="In8fDh9ZLN2M87an2Miy-118" value="">
          <mxGeometry relative="1" as="geometry" />
        </mxCell>
        <mxCell id="In8fDh9ZLN2M87an2Miy-68" parent="1" style="whiteSpace=wrap;html=1;" value="Polaris&lt;br&gt;/gen/&lt;span style=&quot;white-space: pre-wrap; color: rgb(33, 33, 33); font-family: Inter, system-ui, -apple-system, &amp;quot;system-ui&amp;quot;, &amp;quot;Segoe UI&amp;quot;, Roboto, Oxygen, Ubuntu, Cantarell, &amp;quot;Fira Sans&amp;quot;, &amp;quot;Droid Sans&amp;quot;, Helvetica, Arial, sans-serif; text-align: left; background-color: rgb(255, 255, 255);&quot;&gt;getTmwJournalList&lt;br&gt;query = loan_acnt&lt;/span&gt;" vertex="1">
          <mxGeometry height="120" width="190" x="3780" y="1372.5" as="geometry" />
        </mxCell>
        <mxCell id="In8fDh9ZLN2M87an2Miy-71" edge="1" parent="1" source="In8fDh9ZLN2M87an2Miy-69" style="edgeStyle=orthogonalEdgeStyle;rounded=0;orthogonalLoop=1;jettySize=auto;html=1;entryX=0;entryY=0.5;entryDx=0;entryDy=0;" target="In8fDh9ZLN2M87an2Miy-59">
          <mxGeometry relative="1" as="geometry" />
        </mxCell>
        <mxCell id="In8fDh9ZLN2M87an2Miy-77" connectable="0" parent="In8fDh9ZLN2M87an2Miy-71" style="edgeLabel;html=1;align=center;verticalAlign=middle;resizable=0;points=[];" value="1 - loan_application is new" vertex="1">
          <mxGeometry relative="1" x="0.0312" y="-3" as="geometry">
            <mxPoint as="offset" />
          </mxGeometry>
        </mxCell>
        <mxCell id="In8fDh9ZLN2M87an2Miy-73" edge="1" parent="1" source="In8fDh9ZLN2M87an2Miy-69" style="edgeStyle=orthogonalEdgeStyle;rounded=0;orthogonalLoop=1;jettySize=auto;html=1;entryX=0.5;entryY=0;entryDx=0;entryDy=0;" target="In8fDh9ZLN2M87an2Miy-111" value="">
          <mxGeometry relative="1" as="geometry">
            <mxPoint x="4303.87" y="1960" as="targetPoint" />
          </mxGeometry>
        </mxCell>
        <mxCell id="In8fDh9ZLN2M87an2Miy-74" connectable="0" parent="In8fDh9ZLN2M87an2Miy-73" style="edgeLabel;html=1;align=center;verticalAlign=middle;resizable=0;points=[];" value="0 - loan_application_id found" vertex="1">
          <mxGeometry relative="1" x="-0.1975" as="geometry">
            <mxPoint as="offset" />
          </mxGeometry>
        </mxCell>
        <mxCell id="In8fDh9ZLN2M87an2Miy-69" parent="1" style="rhombus;whiteSpace=wrap;html=1;verticalAlign=middle;" value="&lt;div style=&quot;text-align: center;&quot;&gt;&lt;span style=&quot;background-color: light-dark(rgb(255, 255, 255), rgb(18, 18, 18)); color: light-dark(rgb(33, 33, 33), rgb(209, 209, 209)); font-family: Inter, system-ui, -apple-system, &amp;quot;system-ui&amp;quot;, &amp;quot;Segoe UI&amp;quot;, Roboto, Oxygen, Ubuntu, Cantarell, &amp;quot;Fira Sans&amp;quot;, &amp;quot;Droid Sans&amp;quot;, Helvetica, Arial, sans-serif; text-align: left; white-space: pre-wrap;&quot;&gt;journalList&lt;br&gt;NOT CONTAINS&lt;/span&gt;&lt;/div&gt;&lt;span style=&quot;white-space: pre-wrap; color: rgb(33, 33, 33); font-family: Inter, system-ui, -apple-system, &amp;quot;system-ui&amp;quot;, &amp;quot;Segoe UI&amp;quot;, Roboto, Oxygen, Ubuntu, Cantarell, &amp;quot;Fira Sans&amp;quot;, &amp;quot;Droid Sans&amp;quot;, Helvetica, Arial, sans-serif; text-align: left; background-color: rgb(255, 255, 255);&quot;&gt;loan_application_id&lt;/span&gt;" vertex="1">
          <mxGeometry height="210" width="230" x="4189.5" y="1655" as="geometry" />
        </mxCell>
        <mxCell id="In8fDh9ZLN2M87an2Miy-78" edge="1" parent="1" source="In8fDh9ZLN2M87an2Miy-79" style="edgeStyle=orthogonalEdgeStyle;rounded=0;orthogonalLoop=1;jettySize=auto;html=1;" target="In8fDh9ZLN2M87an2Miy-80" value="">
          <mxGeometry relative="1" as="geometry" />
        </mxCell>
        <mxCell id="In8fDh9ZLN2M87an2Miy-79" parent="1" style="whiteSpace=wrap;html=1;" value="loan_application&lt;br&gt;success" vertex="1">
          <mxGeometry height="60" width="120" x="5616.37" y="1730" as="geometry" />
        </mxCell>
        <mxCell id="In8fDh9ZLN2M87an2Miy-132" edge="1" parent="1" source="In8fDh9ZLN2M87an2Miy-80" style="edgeStyle=orthogonalEdgeStyle;rounded=0;orthogonalLoop=1;jettySize=auto;html=1;" target="In8fDh9ZLN2M87an2Miy-131" value="">
          <mxGeometry relative="1" as="geometry" />
        </mxCell>
        <mxCell id="In8fDh9ZLN2M87an2Miy-80" parent="1" style="whiteSpace=wrap;html=1;" value="release &lt;br&gt;loan_limit.held_amount" vertex="1">
          <mxGeometry height="60" width="215" x="5568.87" y="1830" as="geometry" />
        </mxCell>
        <mxCell id="In8fDh9ZLN2M87an2Miy-95" edge="1" parent="1" source="In8fDh9ZLN2M87an2Miy-82" style="edgeStyle=orthogonalEdgeStyle;rounded=0;orthogonalLoop=1;jettySize=auto;html=1;" target="In8fDh9ZLN2M87an2Miy-94" value="">
          <mxGeometry relative="1" as="geometry" />
        </mxCell>
        <mxCell id="In8fDh9ZLN2M87an2Miy-82" parent="1" style="whiteSpace=wrap;html=1;" value="loan_application&lt;br&gt;next_retry_at = now + 5min" vertex="1">
          <mxGeometry height="60" width="170" x="5283.87" y="1890" as="geometry" />
        </mxCell>
        <mxCell id="In8fDh9ZLN2M87an2Miy-88" parent="1" style="whiteSpace=wrap;html=1;" value="create loan" vertex="1">
          <mxGeometry height="60" width="215" x="5568.87" y="2063.75" as="geometry" />
        </mxCell>
        <mxCell id="In8fDh9ZLN2M87an2Miy-94" parent="1" style="whiteSpace=wrap;html=1;" value="retry_count &amp;gt; 3&lt;br&gt;status = unknown" vertex="1">
          <mxGeometry height="60" width="120" x="5308.87" y="2010" as="geometry" />
        </mxCell>
        <mxCell id="In8fDh9ZLN2M87an2Miy-105" parent="1" style="rounded=0;whiteSpace=wrap;html=1;" value="Scheduler" vertex="1">
          <mxGeometry height="60" width="120" x="3119.5" y="1397.5" as="geometry" />
        </mxCell>
        <mxCell id="In8fDh9ZLN2M87an2Miy-127" edge="1" parent="1" source="In8fDh9ZLN2M87an2Miy-111" style="edgeStyle=orthogonalEdgeStyle;rounded=0;orthogonalLoop=1;jettySize=auto;html=1;" target="In8fDh9ZLN2M87an2Miy-126" value="">
          <mxGeometry relative="1" as="geometry" />
        </mxCell>
        <mxCell id="In8fDh9ZLN2M87an2Miy-135" edge="1" parent="1" source="In8fDh9ZLN2M87an2Miy-111" style="edgeStyle=orthogonalEdgeStyle;rounded=0;orthogonalLoop=1;jettySize=auto;html=1;entryX=0;entryY=0.5;entryDx=0;entryDy=0;" target="In8fDh9ZLN2M87an2Miy-134">
          <mxGeometry relative="1" as="geometry" />
        </mxCell>
        <mxCell id="In8fDh9ZLN2M87an2Miy-111" parent="1" style="rhombus;whiteSpace=wrap;html=1;" value="loan -&amp;gt; casa amount = loan_amount" vertex="1">
          <mxGeometry height="180" width="166.25" x="4219.5" y="2190" as="geometry" />
        </mxCell>
        <mxCell id="In8fDh9ZLN2M87an2Miy-113" parent="1" style="whiteSpace=wrap;html=1;" value="status = approved&lt;br&gt;processed_at = now&lt;br&gt;release held_amount&lt;br&gt;create loan" vertex="1">
          <mxGeometry height="72.5" width="130" x="4918.87" y="2243.75" as="geometry" />
        </mxCell>
        <mxCell id="In8fDh9ZLN2M87an2Miy-122" edge="1" parent="1" source="In8fDh9ZLN2M87an2Miy-118" style="edgeStyle=orthogonalEdgeStyle;rounded=0;orthogonalLoop=1;jettySize=auto;html=1;" target="In8fDh9ZLN2M87an2Miy-121" value="">
          <mxGeometry relative="1" as="geometry" />
        </mxCell>
        <mxCell id="In8fDh9ZLN2M87an2Miy-118" parent="1" style="whiteSpace=wrap;html=1;" value="row lock&lt;br&gt;loan_application" vertex="1">
          <mxGeometry height="60" width="120" x="4069.5" y="1402.5" as="geometry" />
        </mxCell>
        <mxCell id="In8fDh9ZLN2M87an2Miy-124" edge="1" parent="1" source="In8fDh9ZLN2M87an2Miy-121" style="edgeStyle=orthogonalEdgeStyle;rounded=0;orthogonalLoop=1;jettySize=auto;html=1;" target="In8fDh9ZLN2M87an2Miy-123" value="">
          <mxGeometry relative="1" as="geometry" />
        </mxCell>
        <mxCell id="In8fDh9ZLN2M87an2Miy-125" edge="1" parent="1" source="In8fDh9ZLN2M87an2Miy-121" style="edgeStyle=orthogonalEdgeStyle;rounded=0;orthogonalLoop=1;jettySize=auto;html=1;entryX=0.5;entryY=0;entryDx=0;entryDy=0;" target="In8fDh9ZLN2M87an2Miy-69">
          <mxGeometry relative="1" as="geometry" />
        </mxCell>
        <mxCell id="In8fDh9ZLN2M87an2Miy-121" parent="1" style="rhombus;whiteSpace=wrap;html=1;" value="processed_at &lt;br&gt;is not null" vertex="1">
          <mxGeometry height="115" width="110" x="4249.5" y="1375" as="geometry" />
        </mxCell>
        <mxCell id="In8fDh9ZLN2M87an2Miy-123" parent="1" style="whiteSpace=wrap;html=1;" value="skip processing" vertex="1">
          <mxGeometry height="60" width="120" x="4434.5" y="1402.5" as="geometry" />
        </mxCell>
        <mxCell id="In8fDh9ZLN2M87an2Miy-129" edge="1" parent="1" source="In8fDh9ZLN2M87an2Miy-126" style="edgeStyle=orthogonalEdgeStyle;rounded=0;orthogonalLoop=1;jettySize=auto;html=1;" target="In8fDh9ZLN2M87an2Miy-128" value="">
          <mxGeometry relative="1" as="geometry" />
        </mxCell>
        <mxCell id="In8fDh9ZLN2M87an2Miy-126" parent="1" style="whiteSpace=wrap;html=1;" value="loan was not issued fully" vertex="1">
          <mxGeometry height="60" width="120" x="4242.625" y="2462.5" as="geometry" />
        </mxCell>
        <mxCell id="In8fDh9ZLN2M87an2Miy-128" parent="1" style="whiteSpace=wrap;html=1;" value="status = review?" vertex="1">
          <mxGeometry height="60" width="120" x="4242.625" y="2602.5" as="geometry" />
        </mxCell>
        <mxCell id="In8fDh9ZLN2M87an2Miy-130" parent="1" style="rounded=0;whiteSpace=wrap;html=1;fontSize=21;" value="WHERE TO TRIGGER CGW???" vertex="1">
          <mxGeometry height="290" width="450.63" x="5285.74" y="2290" as="geometry" />
        </mxCell>
        <mxCell id="In8fDh9ZLN2M87an2Miy-133" edge="1" parent="1" source="In8fDh9ZLN2M87an2Miy-131" style="edgeStyle=orthogonalEdgeStyle;rounded=0;orthogonalLoop=1;jettySize=auto;html=1;" target="In8fDh9ZLN2M87an2Miy-88" value="">
          <mxGeometry relative="1" as="geometry" />
        </mxCell>
        <mxCell id="In8fDh9ZLN2M87an2Miy-131" parent="1" style="whiteSpace=wrap;html=1;" value="processed_at = now" vertex="1">
          <mxGeometry height="60" width="120" x="5616.37" y="1942.5" as="geometry" />
        </mxCell>
        <mxCell id="In8fDh9ZLN2M87an2Miy-141" edge="1" parent="1" source="In8fDh9ZLN2M87an2Miy-134" style="edgeStyle=orthogonalEdgeStyle;rounded=0;orthogonalLoop=1;jettySize=auto;html=1;entryX=0;entryY=0.5;entryDx=0;entryDy=0;" target="In8fDh9ZLN2M87an2Miy-139">
          <mxGeometry relative="1" as="geometry" />
        </mxCell>
        <mxCell id="In8fDh9ZLN2M87an2Miy-145" edge="1" parent="1" source="In8fDh9ZLN2M87an2Miy-134" style="edgeStyle=orthogonalEdgeStyle;rounded=0;orthogonalLoop=1;jettySize=auto;html=1;" target="In8fDh9ZLN2M87an2Miy-144" value="">
          <mxGeometry relative="1" as="geometry" />
        </mxCell>
        <mxCell id="In8fDh9ZLN2M87an2Miy-134" parent="1" style="rhombus;whiteSpace=wrap;html=1;" value="casa -&amp;gt; domestic (CGW)&lt;br&gt;exists?" vertex="1">
          <mxGeometry height="180" width="190" x="4449.5" y="2190" as="geometry" />
        </mxCell>
        <mxCell id="In8fDh9ZLN2M87an2Miy-142" edge="1" parent="1" source="In8fDh9ZLN2M87an2Miy-139" style="edgeStyle=orthogonalEdgeStyle;rounded=0;orthogonalLoop=1;jettySize=auto;html=1;entryX=0;entryY=0.5;entryDx=0;entryDy=0;" target="In8fDh9ZLN2M87an2Miy-113">
          <mxGeometry relative="1" as="geometry" />
        </mxCell>
        <mxCell id="In8fDh9ZLN2M87an2Miy-139" parent="1" style="rhombus;whiteSpace=wrap;html=1;" value="casa -&amp;gt; domestic amount = loan_amount" vertex="1">
          <mxGeometry height="180" width="172.5" x="4699.5" y="2190" as="geometry" />
        </mxCell>
        <mxCell id="In8fDh9ZLN2M87an2Miy-147" edge="1" parent="1" source="In8fDh9ZLN2M87an2Miy-144" style="edgeStyle=orthogonalEdgeStyle;rounded=0;orthogonalLoop=1;jettySize=auto;html=1;" target="In8fDh9ZLN2M87an2Miy-146" value="">
          <mxGeometry relative="1" as="geometry" />
        </mxCell>
        <mxCell id="In8fDh9ZLN2M87an2Miy-144" parent="1" style="whiteSpace=wrap;html=1;" value="Trigger CGW" vertex="1">
          <mxGeometry height="60" width="120" x="4484.5" y="2482.5" as="geometry" />
        </mxCell>
        <mxCell id="In8fDh9ZLN2M87an2Miy-148" edge="1" parent="1" source="In8fDh9ZLN2M87an2Miy-146" style="edgeStyle=orthogonalEdgeStyle;rounded=0;orthogonalLoop=1;jettySize=auto;html=1;entryX=0.5;entryY=1;entryDx=0;entryDy=0;" target="In8fDh9ZLN2M87an2Miy-113">
          <mxGeometry relative="1" as="geometry" />
        </mxCell>
        <mxCell id="In8fDh9ZLN2M87an2Miy-150" edge="1" parent="1" source="In8fDh9ZLN2M87an2Miy-146" style="edgeStyle=orthogonalEdgeStyle;rounded=0;orthogonalLoop=1;jettySize=auto;html=1;" target="In8fDh9ZLN2M87an2Miy-149" value="">
          <mxGeometry relative="1" as="geometry" />
        </mxCell>
        <mxCell id="In8fDh9ZLN2M87an2Miy-146" parent="1" style="rhombus;whiteSpace=wrap;html=1;" value="200" vertex="1">
          <mxGeometry height="80" width="80" x="4704.5" y="2472.5" as="geometry" />
        </mxCell>
        <mxCell id="In8fDh9ZLN2M87an2Miy-149" parent="1" style="whiteSpace=wrap;html=1;" value="next_retry_at = now + 5min" vertex="1">
          <mxGeometry height="60" width="155" x="4667" y="2622.5" as="geometry" />
        </mxCell>
        <mxCell id="In8fDh9ZLN2M87an2Miy-154" edge="1" parent="1" source="In8fDh9ZLN2M87an2Miy-152" style="edgeStyle=orthogonalEdgeStyle;rounded=0;orthogonalLoop=1;jettySize=auto;html=1;entryX=0;entryY=0.5;entryDx=0;entryDy=0;" target="In8fDh9ZLN2M87an2Miy-153">
          <mxGeometry relative="1" as="geometry" />
        </mxCell>
        <mxCell id="In8fDh9ZLN2M87an2Miy-176" edge="1" parent="1" source="In8fDh9ZLN2M87an2Miy-152" style="edgeStyle=orthogonalEdgeStyle;rounded=0;orthogonalLoop=1;jettySize=auto;html=1;" target="In8fDh9ZLN2M87an2Miy-175" value="">
          <mxGeometry relative="1" as="geometry" />
        </mxCell>
        <mxCell id="In8fDh9ZLN2M87an2Miy-152" parent="1" style="rhombus;whiteSpace=wrap;html=1;" value="Polaris&lt;br&gt;/loan/&lt;span style=&quot;color: rgb(33, 33, 33); font-family: Inter, system-ui, -apple-system, &amp;quot;system-ui&amp;quot;, &amp;quot;Segoe UI&amp;quot;, Roboto, Oxygen, Ubuntu, Cantarell, &amp;quot;Fira Sans&amp;quot;, &amp;quot;Droid Sans&amp;quot;, Helvetica, Arial, sans-serif; text-align: left; white-space: pre-wrap; background-color: rgb(255, 255, 255);&quot;&gt;getAccountDetail&lt;/span&gt;&lt;br&gt;loan_application.amount &amp;lt;= polaris.available_amount" vertex="1">
          <mxGeometry height="190" width="230" x="1802.5" y="1060" as="geometry" />
        </mxCell>
        <mxCell id="In8fDh9ZLN2M87an2Miy-158" edge="1" parent="1" source="In8fDh9ZLN2M87an2Miy-153" style="edgeStyle=orthogonalEdgeStyle;rounded=0;orthogonalLoop=1;jettySize=auto;html=1;entryX=0;entryY=0.5;entryDx=0;entryDy=0;" target="In8fDh9ZLN2M87an2Miy-157">
          <mxGeometry relative="1" as="geometry" />
        </mxCell>
        <mxCell id="In8fDh9ZLN2M87an2Miy-153" parent="1" style="whiteSpace=wrap;html=1;" value="Polaris /loan/&lt;span style=&quot;color: rgb(33, 33, 33); font-family: Inter, system-ui, -apple-system, &amp;quot;system-ui&amp;quot;, &amp;quot;Segoe UI&amp;quot;, Roboto, Oxygen, Ubuntu, Cantarell, &amp;quot;Fira Sans&amp;quot;, &amp;quot;Droid Sans&amp;quot;, Helvetica, Arial, sans-serif; text-align: left; white-space: pre-wrap; background-color: rgb(255, 255, 255);&quot;&gt;grantLoanNonCash&lt;br/&gt;+ CGW trigger&lt;/span&gt;" vertex="1">
-           <mxGeometry height="60" width="170" x="2120" y="1125" as="geometry" />
+           <mxGeometry height="60" width="170" x="2130" y="1125" as="geometry" />
        </mxCell>
        <mxCell id="In8fDh9ZLN2M87an2Miy-177" edge="1" parent="1" source="In8fDh9ZLN2M87an2Miy-157" style="edgeStyle=orthogonalEdgeStyle;rounded=0;orthogonalLoop=1;jettySize=auto;html=1;entryX=0;entryY=0.5;entryDx=0;entryDy=0;" target="In8fDh9ZLN2M87an2Miy-105">
          <mxGeometry relative="1" as="geometry">
            <Array as="points">
              <mxPoint x="2400" y="1427" />
            </Array>
            <mxPoint x="2809.5" y="1427.5" as="targetPoint" />
          </mxGeometry>
        </mxCell>
        <mxCell id="In8fDh9ZLN2M87an2Miy-192" connectable="0" parent="In8fDh9ZLN2M87an2Miy-177" style="edgeLabel;html=1;align=center;verticalAlign=middle;resizable=0;points=[];" value="return warning?,&lt;br&gt;row is not scheduler&#39;s task&lt;div&gt;&lt;br&gt;&lt;/div&gt;" vertex="1">
          <mxGeometry relative="1" x="-0.7641" as="geometry">
            <mxPoint y="1" as="offset" />
          </mxGeometry>
        </mxCell>
        <mxCell id="In8fDh9ZLN2M87an2Miy-157" parent="1" style="rhombus;whiteSpace=wrap;html=1;" value="200" vertex="1">
          <mxGeometry height="80" width="80" x="2360" y="1115" as="geometry" />
        </mxCell>
        <mxCell id="In8fDh9ZLN2M87an2Miy-164" edge="1" parent="1" source="In8fDh9ZLN2M87an2Miy-161" style="edgeStyle=orthogonalEdgeStyle;rounded=0;orthogonalLoop=1;jettySize=auto;html=1;" target="In8fDh9ZLN2M87an2Miy-162" value="">
          <mxGeometry relative="1" as="geometry" />
        </mxCell>
        <mxCell id="In8fDh9ZLN2M87an2Miy-161" parent="1" style="rounded=0;whiteSpace=wrap;html=1;" value="loan account row lock" vertex="1">
          <mxGeometry height="60" width="145" x="895" y="1125" as="geometry" />
        </mxCell>
        <mxCell id="In8fDh9ZLN2M87an2Miy-165" edge="1" parent="1" source="In8fDh9ZLN2M87an2Miy-162" style="edgeStyle=orthogonalEdgeStyle;rounded=0;orthogonalLoop=1;jettySize=auto;html=1;" target="In8fDh9ZLN2M87an2Miy-12">
          <mxGeometry relative="1" as="geometry" />
        </mxCell>
        <mxCell id="In8fDh9ZLN2M87an2Miy-162" parent="1" style="rounded=0;whiteSpace=wrap;html=1;" value="&lt;span style=&quot;font-weight: 700; text-align: left;&quot;&gt;ROWLOCK - loan_limits.held_amount += amount&lt;/span&gt;" vertex="1">
          <mxGeometry height="60" width="215" x="1120" y="1125" as="geometry" />
        </mxCell>
        <mxCell id="In8fDh9ZLN2M87an2Miy-184" edge="1" parent="1" source="In8fDh9ZLN2M87an2Miy-166" style="edgeStyle=orthogonalEdgeStyle;rounded=0;orthogonalLoop=1;jettySize=auto;html=1;" target="In8fDh9ZLN2M87an2Miy-183" value="">
          <mxGeometry relative="1" as="geometry" />
        </mxCell>
        <mxCell id="In8fDh9ZLN2M87an2Miy-166" parent="1" style="swimlane;fontStyle=0;childLayout=stackLayout;horizontal=1;startSize=30;horizontalStack=0;resizeParent=1;resizeParentMax=0;resizeLast=0;collapsible=1;marginBottom=0;whiteSpace=wrap;html=1;" value="Loan issued" vertex="1">
          <mxGeometry height="150" width="210" x="2590" y="1130" as="geometry" />
        </mxCell>
        <mxCell id="In8fDh9ZLN2M87an2Miy-167" parent="In8fDh9ZLN2M87an2Miy-166" style="text;strokeColor=none;fillColor=none;align=left;verticalAlign=middle;spacingLeft=4;spacingRight=4;overflow=hidden;points=[[0,0.5],[1,0.5]];portConstraint=eastwest;rotatable=0;whiteSpace=wrap;html=1;" value="loan_application = approved" vertex="1">
          <mxGeometry height="30" width="210" y="30" as="geometry" />
        </mxCell>
        <mxCell id="In8fDh9ZLN2M87an2Miy-168" parent="In8fDh9ZLN2M87an2Miy-166" style="text;strokeColor=none;fillColor=none;align=left;verticalAlign=middle;spacingLeft=4;spacingRight=4;overflow=hidden;points=[[0,0.5],[1,0.5]];portConstraint=eastwest;rotatable=0;whiteSpace=wrap;html=1;" value="create loan" vertex="1">
          <mxGeometry height="30" width="210" y="60" as="geometry" />
        </mxCell>
        <mxCell id="In8fDh9ZLN2M87an2Miy-169" parent="In8fDh9ZLN2M87an2Miy-166" style="text;strokeColor=none;fillColor=none;align=left;verticalAlign=middle;spacingLeft=4;spacingRight=4;overflow=hidden;points=[[0,0.5],[1,0.5]];portConstraint=eastwest;rotatable=0;whiteSpace=wrap;html=1;" value="release lock" vertex="1">
          <mxGeometry height="30" width="210" y="90" as="geometry" />
        </mxCell>
        <mxCell id="In8fDh9ZLN2M87an2Miy-191" parent="In8fDh9ZLN2M87an2Miy-166" style="text;strokeColor=none;fillColor=none;align=left;verticalAlign=middle;spacingLeft=4;spacingRight=4;overflow=hidden;points=[[0,0.5],[1,0.5]];portConstraint=eastwest;rotatable=0;whiteSpace=wrap;html=1;" value="processed_at = now" vertex="1">
          <mxGeometry height="30" width="210" y="120" as="geometry" />
        </mxCell>
        <mxCell id="In8fDh9ZLN2M87an2Miy-170" edge="1" parent="1" source="In8fDh9ZLN2M87an2Miy-157" style="edgeStyle=orthogonalEdgeStyle;rounded=0;orthogonalLoop=1;jettySize=auto;html=1;entryX=0.003;entryY=0.156;entryDx=0;entryDy=0;entryPerimeter=0;" target="In8fDh9ZLN2M87an2Miy-166">
          <mxGeometry relative="1" as="geometry" />
        </mxCell>
        <mxCell id="In8fDh9ZLN2M87an2Miy-174" parent="1" style="text;html=1;whiteSpace=wrap;strokeColor=none;fillColor=none;align=center;verticalAlign=middle;rounded=0;" value="&lt;div style=&quot;background-color:#ffffff;color:#080808&quot;&gt;&lt;pre style=&quot;font-family:&#39;JetBrains Mono&#39;,monospace;font-size:9.8pt;&quot;&gt;&lt;span style=&quot;color:#9e880d;&quot;&gt;@Transactional&lt;/span&gt;(propagation = &lt;span style=&quot;color:#000000;&quot;&gt;Propagation&lt;/span&gt;.&lt;span style=&quot;color:#871094;font-style:italic;&quot;&gt;REQUIRES_NEW&lt;/span&gt;)&lt;/pre&gt;&lt;/div&gt;" vertex="1">
          <mxGeometry height="30" width="240" x="1200" y="1010" as="geometry" />
        </mxCell>
        <mxCell id="In8fDh9ZLN2M87an2Miy-175" parent="1" style="whiteSpace=wrap;html=1;" value="Rollback, return error" vertex="1">
          <mxGeometry height="60" width="132.5" x="1851.25" y="1295" as="geometry" />
        </mxCell>
        <mxCell id="In8fDh9ZLN2M87an2Miy-186" edge="1" parent="1" source="In8fDh9ZLN2M87an2Miy-183" style="edgeStyle=orthogonalEdgeStyle;rounded=0;orthogonalLoop=1;jettySize=auto;html=1;" target="In8fDh9ZLN2M87an2Miy-185" value="">
          <mxGeometry relative="1" as="geometry" />
        </mxCell>
        <mxCell id="In8fDh9ZLN2M87an2Miy-187" edge="1" parent="1" source="In8fDh9ZLN2M87an2Miy-183" style="edgeStyle=orthogonalEdgeStyle;rounded=0;orthogonalLoop=1;jettySize=auto;html=1;" target="In8fDh9ZLN2M87an2Miy-105">
          <mxGeometry relative="1" as="geometry">
            <Array as="points">
              <mxPoint x="2995" y="1427" />
            </Array>
          </mxGeometry>
        </mxCell>
        <mxCell id="In8fDh9ZLN2M87an2Miy-195" connectable="0" parent="In8fDh9ZLN2M87an2Miy-187" style="edgeLabel;html=1;align=center;verticalAlign=middle;resizable=0;points=[];" value="return warning?,&lt;br&gt;row is not scheduler&#39;s task&lt;div&gt;&lt;br&gt;&lt;/div&gt;" vertex="1">
          <mxGeometry relative="1" x="-0.5656" y="1" as="geometry">
            <mxPoint as="offset" />
          </mxGeometry>
        </mxCell>
        <mxCell id="In8fDh9ZLN2M87an2Miy-183" parent="1" style="rhombus;whiteSpace=wrap;html=1;fontStyle=0;startSize=30;horizontal=1;" value="db transaction success?" vertex="1">
          <mxGeometry height="135" width="130" x="2930" y="1122.5" as="geometry" />
        </mxCell>
        <mxCell id="In8fDh9ZLN2M87an2Miy-185" parent="1" style="whiteSpace=wrap;html=1;fontStyle=0;startSize=30;horizontal=1;" value="return success to client" vertex="1">
          <mxGeometry height="60" width="120" x="3145" y="1160" as="geometry" />
        </mxCell>
        <mxCell id="In8fDh9ZLN2M87an2Miy-189" parent="1" style="text;html=1;whiteSpace=wrap;strokeColor=none;fillColor=none;align=center;verticalAlign=middle;rounded=0;fontSize=26;" value="&lt;div style=&quot;background-color:#ffffff;color:#080808&quot;&gt;&lt;pre style=&quot;font-family: &amp;quot;JetBrains Mono&amp;quot;, monospace;&quot;&gt;&lt;span style=&quot;color:#9e880d;&quot;&gt;@Transactional&lt;/span&gt;(propagation = &lt;span style=&quot;color:#000000;&quot;&gt;Propagation&lt;/span&gt;.&lt;span style=&quot;color:#871094;font-style:italic;&quot;&gt;REQUIRES_NEW&lt;/span&gt;)&lt;/pre&gt;&lt;/div&gt;" vertex="1">
          <mxGeometry height="30" width="240" x="4918.87" y="1265" as="geometry" />
        </mxCell>
        <mxCell id="In8fDh9ZLN2M87an2Miy-198" parent="1" style="text;html=1;whiteSpace=wrap;strokeColor=none;fillColor=none;align=center;verticalAlign=middle;rounded=0;fontSize=32;" value="BNPL request flow" vertex="1">
          <mxGeometry height="30" width="470" x="-80" y="2930" as="geometry" />
        </mxCell>
        <mxCell id="In8fDh9ZLN2M87an2Miy-199" edge="1" parent="1" source="In8fDh9ZLN2M87an2Miy-200" style="edgeStyle=orthogonalEdgeStyle;rounded=0;orthogonalLoop=1;jettySize=auto;html=1;" target="In8fDh9ZLN2M87an2Miy-202" value="">
          <mxGeometry relative="1" as="geometry" />
        </mxCell>
        <mxCell id="In8fDh9ZLN2M87an2Miy-200" parent="1" style="shape=umlActor;verticalLabelPosition=bottom;verticalAlign=top;html=1;outlineConnect=0;" value="Actor" vertex="1">
          <mxGeometry height="60" width="30" x="20" y="3135" as="geometry" />
        </mxCell>
        <mxCell id="In8fDh9ZLN2M87an2Miy-201" edge="1" parent="1" source="In8fDh9ZLN2M87an2Miy-202" style="edgeStyle=orthogonalEdgeStyle;rounded=0;orthogonalLoop=1;jettySize=auto;html=1;entryX=0.011;entryY=0.06;entryDx=0;entryDy=0;entryPerimeter=0;" target="In8fDh9ZLN2M87an2Miy-209" value="">
          <mxGeometry relative="1" as="geometry">
            <mxPoint x="440" y="3165" as="targetPoint" />
          </mxGeometry>
        </mxCell>
        <mxCell id="In8fDh9ZLN2M87an2Miy-202" parent="1" style="whiteSpace=wrap;html=1;verticalAlign=top;" value="&lt;div&gt;&lt;br&gt;&lt;/div&gt;&lt;div&gt;One tap loan&lt;/div&gt;" vertex="1">
          <mxGeometry height="60" width="120" x="230" y="3135" as="geometry" />
        </mxCell>
        <mxCell id="In8fDh9ZLN2M87an2Miy-203" edge="1" parent="1" source="In8fDh9ZLN2M87an2Miy-205" style="edgeStyle=orthogonalEdgeStyle;rounded=0;orthogonalLoop=1;jettySize=auto;html=1;" target="In8fDh9ZLN2M87an2Miy-206" value="">
          <mxGeometry relative="1" as="geometry" />
        </mxCell>
        <mxCell id="In8fDh9ZLN2M87an2Miy-204" connectable="0" parent="In8fDh9ZLN2M87an2Miy-203" style="edgeLabel;html=1;align=center;verticalAlign=middle;resizable=0;points=[];" value="0" vertex="1">
          <mxGeometry relative="1" x="-0.2091" y="-1" as="geometry">
            <mxPoint as="offset" />
          </mxGeometry>
        </mxCell>
        <mxCell id="In8fDh9ZLN2M87an2Miy-213" edge="1" parent="1" source="In8fDh9ZLN2M87an2Miy-205" style="edgeStyle=orthogonalEdgeStyle;rounded=0;orthogonalLoop=1;jettySize=auto;html=1;" target="In8fDh9ZLN2M87an2Miy-212" value="">
          <mxGeometry relative="1" as="geometry" />
        </mxCell>
        <mxCell id="In8fDh9ZLN2M87an2Miy-205" parent="1" style="rhombus;whiteSpace=wrap;html=1;verticalAlign=top;" value="&lt;br&gt;&lt;br&gt;&lt;div&gt;&lt;br&gt;&lt;/div&gt;&lt;div&gt;Loan validation&lt;br&gt;success&lt;/div&gt;" vertex="1">
          <mxGeometry height="120" width="140" x="720" y="3105" as="geometry" />
        </mxCell>
        <mxCell id="In8fDh9ZLN2M87an2Miy-206" parent="1" style="whiteSpace=wrap;html=1;verticalAlign=middle;" value="Return err message" vertex="1">
          <mxGeometry height="60" width="120" x="730" y="3305" as="geometry" />
        </mxCell>
        <mxCell id="In8fDh9ZLN2M87an2Miy-207" edge="1" parent="1" source="In8fDh9ZLN2M87an2Miy-208" style="edgeStyle=orthogonalEdgeStyle;rounded=0;orthogonalLoop=1;jettySize=auto;html=1;entryX=0;entryY=0.5;entryDx=0;entryDy=0;" target="In8fDh9ZLN2M87an2Miy-205">
          <mxGeometry relative="1" as="geometry" />
        </mxCell>
        <mxCell id="In8fDh9ZLN2M87an2Miy-208" parent="1" style="swimlane;fontStyle=0;childLayout=stackLayout;horizontal=1;startSize=30;horizontalStack=0;resizeParent=1;resizeParentMax=0;resizeLast=0;collapsible=1;marginBottom=0;whiteSpace=wrap;html=1;" value="Validations" vertex="1">
          <mxGeometry height="120" width="140" x="460" y="3135" as="geometry" />
        </mxCell>
        <mxCell id="In8fDh9ZLN2M87an2Miy-209" parent="In8fDh9ZLN2M87an2Miy-208" style="text;strokeColor=none;fillColor=none;align=left;verticalAlign=middle;spacingLeft=4;spacingRight=4;overflow=hidden;points=[[0,0.5],[1,0.5]];portConstraint=eastwest;rotatable=0;whiteSpace=wrap;html=1;" value="user status" vertex="1">
          <mxGeometry height="30" width="140" y="30" as="geometry" />
        </mxCell>
        <mxCell id="In8fDh9ZLN2M87an2Miy-210" parent="In8fDh9ZLN2M87an2Miy-208" style="text;strokeColor=none;fillColor=none;align=left;verticalAlign=middle;spacingLeft=4;spacingRight=4;overflow=hidden;points=[[0,0.5],[1,0.5]];portConstraint=eastwest;rotatable=0;whiteSpace=wrap;html=1;" value="kyc status" vertex="1">
          <mxGeometry height="30" width="140" y="60" as="geometry" />
        </mxCell>
        <mxCell id="In8fDh9ZLN2M87an2Miy-211" parent="In8fDh9ZLN2M87an2Miy-208" style="text;strokeColor=none;fillColor=none;align=left;verticalAlign=middle;spacingLeft=4;spacingRight=4;overflow=hidden;points=[[0,0.5],[1,0.5]];portConstraint=eastwest;rotatable=0;whiteSpace=wrap;html=1;" value="loan limit status" vertex="1">
          <mxGeometry height="30" width="140" y="90" as="geometry" />
        </mxCell>
        <mxCell id="In8fDh9ZLN2M87an2Miy-212" parent="1" style="whiteSpace=wrap;html=1;verticalAlign=middle;" value="Same as one-tap ??" vertex="1">
          <mxGeometry height="60" width="120" x="950" y="3135" as="geometry" />
        </mxCell>
      </root>
    </mxGraphModel>
  </diagram>
</mxfile>
